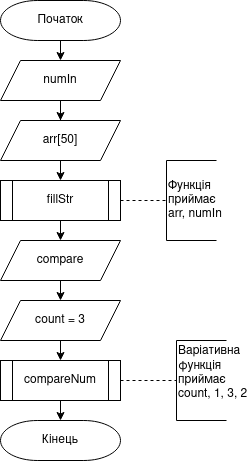
Earlier version of the draw.io export lab08_09_10/doc/assets/main_task3_lab06.png (belchinskaya/Programming-Belchinska). Source tidied: cells renumbered, new cells last; positions are measured from the earlier drawing's top-left corner, leaving out a move shared by most shapes. The source it was exported from:
```xml
<mxGraphModel>
  <root>
    <mxCell id="0" />
    <mxCell id="1" parent="0" />
    <mxCell id="2" style="edgeStyle=orthogonalEdgeStyle;rounded=0;jettySize=auto;html=1;exitX=0.5;exitY=1;exitDx=0;exitDy=0;exitPerimeter=0;entryX=0.5;entryY=0;entryDx=0;entryDy=0;endArrow=classic;endFill=1;" parent="1" edge="1" source="3" target="5">
      <mxGeometry relative="1" as="geometry" />
    </mxCell>
    <mxCell id="3" value="Початок" style="strokeWidth=1;html=1;shape=mxgraph.flowchart.terminator;whiteSpace=wrap;" parent="1" vertex="1">
      <mxGeometry width="120" height="40" as="geometry" />
    </mxCell>
    <mxCell id="4" style="edgeStyle=orthogonalEdgeStyle;rounded=0;jettySize=auto;html=1;exitX=0.5;exitY=1;exitDx=0;exitDy=0;endArrow=classic;endFill=1;" parent="1" edge="1" source="5" target="7">
      <mxGeometry relative="1" as="geometry" />
    </mxCell>
    <mxCell id="5" value="numIn" style="shape=parallelogram;perimeter=parallelogramPerimeter;whiteSpace=wrap;html=1;fixedSize=1;strokeWidth=1;" parent="1" vertex="1">
      <mxGeometry y="60" width="120" height="40" as="geometry" />
    </mxCell>
    <mxCell id="6" style="edgeStyle=orthogonalEdgeStyle;rounded=0;jettySize=auto;html=1;exitX=0.5;exitY=1;exitDx=0;exitDy=0;entryX=0.5;entryY=0;entryDx=0;entryDy=0;endArrow=classic;endFill=1;" parent="1" edge="1" source="7" target="10">
      <mxGeometry relative="1" as="geometry" />
    </mxCell>
    <mxCell id="7" value="arr[50]" style="shape=parallelogram;perimeter=parallelogramPerimeter;whiteSpace=wrap;html=1;fixedSize=1;strokeWidth=1;" parent="1" vertex="1">
      <mxGeometry y="120" width="120" height="40" as="geometry" />
    </mxCell>
    <mxCell id="8" style="edgeStyle=orthogonalEdgeStyle;rounded=0;jettySize=auto;html=1;exitX=1;exitY=0.5;exitDx=0;exitDy=0;dashed=1;endArrow=none;endFill=0;" parent="1" edge="1" source="10" target="11">
      <mxGeometry relative="1" as="geometry" />
    </mxCell>
    <mxCell id="9" style="edgeStyle=orthogonalEdgeStyle;rounded=0;jettySize=auto;html=1;exitX=0.5;exitY=1;exitDx=0;exitDy=0;entryX=0.5;entryY=0;entryDx=0;entryDy=0;endArrow=classic;endFill=1;" parent="1" edge="1" source="10" target="13">
      <mxGeometry relative="1" as="geometry" />
    </mxCell>
    <mxCell id="10" value="fillStr" style="shape=process;whiteSpace=wrap;html=1;backgroundOutline=1;strokeWidth=1;" parent="1" vertex="1">
      <mxGeometry y="180" width="120" height="40" as="geometry" />
    </mxCell>
    <mxCell id="11" value="&lt;div&gt;Функція&lt;/div&gt;&lt;div&gt;приймає&lt;/div&gt;&lt;div&gt; arr, numIn&lt;/div&gt;" style="strokeWidth=1;html=1;shape=mxgraph.flowchart.annotation_1;align=left;" parent="1" vertex="1">
      <mxGeometry x="166" y="160" width="50" height="80" as="geometry" />
    </mxCell>
    <mxCell id="12" style="edgeStyle=orthogonalEdgeStyle;rounded=0;jettySize=auto;html=1;exitX=0.5;exitY=1;exitDx=0;exitDy=0;entryX=0.5;entryY=0;entryDx=0;entryDy=0;endArrow=classic;endFill=1;" parent="1" edge="1" source="13" target="15">
      <mxGeometry relative="1" as="geometry" />
    </mxCell>
    <mxCell id="13" value="compare" style="shape=parallelogram;perimeter=parallelogramPerimeter;whiteSpace=wrap;html=1;fixedSize=1;strokeWidth=1;" parent="1" vertex="1">
      <mxGeometry y="240" width="120" height="40" as="geometry" />
    </mxCell>
    <mxCell id="14" style="edgeStyle=orthogonalEdgeStyle;rounded=0;jettySize=auto;html=1;exitX=0.5;exitY=1;exitDx=0;exitDy=0;entryX=0.5;entryY=0;entryDx=0;entryDy=0;endArrow=classic;endFill=1;" parent="1" edge="1" source="15" target="18">
      <mxGeometry relative="1" as="geometry" />
    </mxCell>
    <mxCell id="15" value="count = 3" style="shape=parallelogram;perimeter=parallelogramPerimeter;whiteSpace=wrap;html=1;fixedSize=1;strokeWidth=1;" parent="1" vertex="1">
      <mxGeometry y="300" width="120" height="40" as="geometry" />
    </mxCell>
    <mxCell id="16" style="edgeStyle=orthogonalEdgeStyle;rounded=0;jettySize=auto;html=1;exitX=1;exitY=0.5;exitDx=0;exitDy=0;entryX=0;entryY=0.5;entryDx=0;entryDy=0;entryPerimeter=0;dashed=1;endArrow=none;endFill=0;" parent="1" edge="1" source="18" target="19">
      <mxGeometry relative="1" as="geometry" />
    </mxCell>
    <mxCell id="17" style="edgeStyle=orthogonalEdgeStyle;rounded=0;jettySize=auto;html=1;exitX=0.5;exitY=1;exitDx=0;exitDy=0;entryX=0.5;entryY=0;entryDx=0;entryDy=0;entryPerimeter=0;endArrow=classic;endFill=1;" parent="1" edge="1" source="18" target="20">
      <mxGeometry relative="1" as="geometry" />
    </mxCell>
    <mxCell id="18" value="compareNum" style="shape=process;whiteSpace=wrap;html=1;backgroundOutline=1;strokeWidth=1;" parent="1" vertex="1">
      <mxGeometry y="360" width="120" height="40" as="geometry" />
    </mxCell>
    <mxCell id="19" value="&lt;div&gt;Варіативна &lt;br&gt;&lt;/div&gt;&lt;div&gt;функція &lt;br&gt;&lt;/div&gt;&lt;div&gt;приймає&lt;/div&gt;&lt;div&gt;count, 1, 3, 2&lt;br&gt;&lt;/div&gt;&lt;div&gt;&lt;br&gt;&lt;/div&gt;" style="strokeWidth=1;html=1;shape=mxgraph.flowchart.annotation_1;align=left;" parent="1" vertex="1">
      <mxGeometry x="176" y="340" width="50" height="80" as="geometry" />
    </mxCell>
    <mxCell id="20" value="&lt;div&gt;Кінець&lt;/div&gt;" style="strokeWidth=1;html=1;shape=mxgraph.flowchart.terminator;whiteSpace=wrap;" parent="1" vertex="1">
      <mxGeometry y="420" width="120" height="40" as="geometry" />
    </mxCell>
  </root>
</mxGraphModel>
```
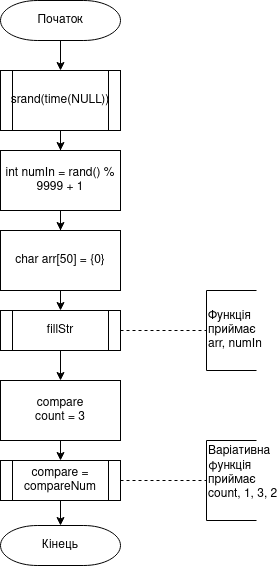
After the change.

The edit, as a diff of the source:
```diff
@@ -2,62 +2,62 @@
   <root>
     <mxCell id="0" />
     <mxCell id="1" parent="0" />
-    <mxCell id="2" style="edgeStyle=orthogonalEdgeStyle;rounded=0;jettySize=auto;html=1;exitX=0.5;exitY=1;exitDx=0;exitDy=0;exitPerimeter=0;entryX=0.5;entryY=0;entryDx=0;entryDy=0;endArrow=classic;endFill=1;" parent="1" edge="1" source="3" target="5">
-      <mxGeometry relative="1" as="geometry" />
-    </mxCell>
+    <mxCell id="21" style="edgeStyle=orthogonalEdgeStyle;rounded=0;jettySize=auto;html=1;entryX=0.5;entryY=0;entryDx=0;entryDy=0;" parent="1" edge="1" source="3" target="24">
+      <mxGeometry relative="1" as="geometry" />
+    </mxCell>
     <mxCell id="3" value="Початок" style="strokeWidth=1;html=1;shape=mxgraph.flowchart.terminator;whiteSpace=wrap;" parent="1" vertex="1">
-      <mxGeometry width="120" height="40" as="geometry" />
+      <mxGeometry y="-30" width="120" height="40" as="geometry" />
     </mxCell>
-    <mxCell id="4" style="edgeStyle=orthogonalEdgeStyle;rounded=0;jettySize=auto;html=1;exitX=0.5;exitY=1;exitDx=0;exitDy=0;endArrow=classic;endFill=1;" parent="1" edge="1" source="5" target="7">
-      <mxGeometry relative="1" as="geometry" />
-    </mxCell>
-    <mxCell id="5" value="numIn" style="shape=parallelogram;perimeter=parallelogramPerimeter;whiteSpace=wrap;html=1;fixedSize=1;strokeWidth=1;" parent="1" vertex="1">
-      <mxGeometry y="60" width="120" height="40" as="geometry" />
-    </mxCell>
-    <mxCell id="6" style="edgeStyle=orthogonalEdgeStyle;rounded=0;jettySize=auto;html=1;exitX=0.5;exitY=1;exitDx=0;exitDy=0;entryX=0.5;entryY=0;entryDx=0;entryDy=0;endArrow=classic;endFill=1;" parent="1" edge="1" source="7" target="10">
-      <mxGeometry relative="1" as="geometry" />
-    </mxCell>
-    <mxCell id="7" value="arr[50]" style="shape=parallelogram;perimeter=parallelogramPerimeter;whiteSpace=wrap;html=1;fixedSize=1;strokeWidth=1;" parent="1" vertex="1">
-      <mxGeometry y="120" width="120" height="40" as="geometry" />
-    </mxCell>
     <mxCell id="8" style="edgeStyle=orthogonalEdgeStyle;rounded=0;jettySize=auto;html=1;exitX=1;exitY=0.5;exitDx=0;exitDy=0;dashed=1;endArrow=none;endFill=0;" parent="1" edge="1" source="10" target="11">
       <mxGeometry relative="1" as="geometry" />
     </mxCell>
-    <mxCell id="9" style="edgeStyle=orthogonalEdgeStyle;rounded=0;jettySize=auto;html=1;exitX=0.5;exitY=1;exitDx=0;exitDy=0;entryX=0.5;entryY=0;entryDx=0;entryDy=0;endArrow=classic;endFill=1;" parent="1" edge="1" source="10" target="13">
-      <mxGeometry relative="1" as="geometry" />
-    </mxCell>
+    <mxCell id="22" style="edgeStyle=orthogonalEdgeStyle;rounded=0;jettySize=auto;html=1;exitX=0.5;exitY=1;exitDx=0;exitDy=0;entryX=0.5;entryY=0;entryDx=0;entryDy=0;" parent="1" edge="1" source="10" target="28">
+      <mxGeometry relative="1" as="geometry" />
+    </mxCell>
     <mxCell id="10" value="fillStr" style="shape=process;whiteSpace=wrap;html=1;backgroundOutline=1;strokeWidth=1;" parent="1" vertex="1">
-      <mxGeometry y="180" width="120" height="40" as="geometry" />
+      <mxGeometry y="280" width="120" height="40" as="geometry" />
     </mxCell>
     <mxCell id="11" value="&lt;div&gt;Функція&lt;/div&gt;&lt;div&gt;приймає&lt;/div&gt;&lt;div&gt; arr, numIn&lt;/div&gt;" style="strokeWidth=1;html=1;shape=mxgraph.flowchart.annotation_1;align=left;" parent="1" vertex="1">
-      <mxGeometry x="166" y="160" width="50" height="80" as="geometry" />
+      <mxGeometry x="206" y="260" width="50" height="80" as="geometry" />
     </mxCell>
-    <mxCell id="12" style="edgeStyle=orthogonalEdgeStyle;rounded=0;jettySize=auto;html=1;exitX=0.5;exitY=1;exitDx=0;exitDy=0;entryX=0.5;entryY=0;entryDx=0;entryDy=0;endArrow=classic;endFill=1;" parent="1" edge="1" source="13" target="15">
-      <mxGeometry relative="1" as="geometry" />
-    </mxCell>
-    <mxCell id="13" value="compare" style="shape=parallelogram;perimeter=parallelogramPerimeter;whiteSpace=wrap;html=1;fixedSize=1;strokeWidth=1;" parent="1" vertex="1">
-      <mxGeometry y="240" width="120" height="40" as="geometry" />
-    </mxCell>
-    <mxCell id="14" style="edgeStyle=orthogonalEdgeStyle;rounded=0;jettySize=auto;html=1;exitX=0.5;exitY=1;exitDx=0;exitDy=0;entryX=0.5;entryY=0;entryDx=0;entryDy=0;endArrow=classic;endFill=1;" parent="1" edge="1" source="15" target="18">
-      <mxGeometry relative="1" as="geometry" />
-    </mxCell>
-    <mxCell id="15" value="count = 3" style="shape=parallelogram;perimeter=parallelogramPerimeter;whiteSpace=wrap;html=1;fixedSize=1;strokeWidth=1;" parent="1" vertex="1">
-      <mxGeometry y="300" width="120" height="40" as="geometry" />
-    </mxCell>
     <mxCell id="16" style="edgeStyle=orthogonalEdgeStyle;rounded=0;jettySize=auto;html=1;exitX=1;exitY=0.5;exitDx=0;exitDy=0;entryX=0;entryY=0.5;entryDx=0;entryDy=0;entryPerimeter=0;dashed=1;endArrow=none;endFill=0;" parent="1" edge="1" source="18" target="19">
       <mxGeometry relative="1" as="geometry" />
     </mxCell>
-    <mxCell id="17" style="edgeStyle=orthogonalEdgeStyle;rounded=0;jettySize=auto;html=1;exitX=0.5;exitY=1;exitDx=0;exitDy=0;entryX=0.5;entryY=0;entryDx=0;entryDy=0;entryPerimeter=0;endArrow=classic;endFill=1;" parent="1" edge="1" source="18" target="20">
+    <mxCell id="17" style="edgeStyle=orthogonalEdgeStyle;rounded=0;jettySize=auto;html=1;exitX=0.5;exitY=1;exitDx=0;exitDy=0;entryX=0.5;entryY=0;entryDx=0;entryDy=0;entryPerimeter=0;" parent="1" edge="1" source="18" target="20">
       <mxGeometry relative="1" as="geometry" />
     </mxCell>
-    <mxCell id="18" value="compareNum" style="shape=process;whiteSpace=wrap;html=1;backgroundOutline=1;strokeWidth=1;" parent="1" vertex="1">
-      <mxGeometry y="360" width="120" height="40" as="geometry" />
+    <mxCell id="18" value="compare = compareNum" style="shape=process;whiteSpace=wrap;html=1;backgroundOutline=1;strokeWidth=1;" parent="1" vertex="1">
+      <mxGeometry y="430" width="120" height="40" as="geometry" />
     </mxCell>
     <mxCell id="19" value="&lt;div&gt;Варіативна &lt;br&gt;&lt;/div&gt;&lt;div&gt;функція &lt;br&gt;&lt;/div&gt;&lt;div&gt;приймає&lt;/div&gt;&lt;div&gt;count, 1, 3, 2&lt;br&gt;&lt;/div&gt;&lt;div&gt;&lt;br&gt;&lt;/div&gt;" style="strokeWidth=1;html=1;shape=mxgraph.flowchart.annotation_1;align=left;" parent="1" vertex="1">
-      <mxGeometry x="176" y="340" width="50" height="80" as="geometry" />
+      <mxGeometry x="206" y="410" width="50" height="80" as="geometry" />
     </mxCell>
     <mxCell id="20" value="&lt;div&gt;Кінець&lt;/div&gt;" style="strokeWidth=1;html=1;shape=mxgraph.flowchart.terminator;whiteSpace=wrap;" parent="1" vertex="1">
-      <mxGeometry y="420" width="120" height="40" as="geometry" />
+      <mxGeometry y="495" width="120" height="40" as="geometry" />
     </mxCell>
+    <mxCell id="23" style="edgeStyle=orthogonalEdgeStyle;rounded=0;jettySize=auto;html=1;entryX=0.5;entryY=0;entryDx=0;entryDy=0;" parent="1" edge="1" source="24" target="26">
+      <mxGeometry relative="1" as="geometry" />
+    </mxCell>
+    <mxCell id="24" value="srand(time(NULL))" style="shape=process;whiteSpace=wrap;html=1;backgroundOutline=1;" parent="1" vertex="1">
+      <mxGeometry y="40" width="120" height="60" as="geometry" />
+    </mxCell>
+    <mxCell id="25" style="edgeStyle=orthogonalEdgeStyle;rounded=0;jettySize=auto;html=1;entryX=0.5;entryY=0;entryDx=0;entryDy=0;" parent="1" edge="1" source="26" target="30">
+      <mxGeometry relative="1" as="geometry" />
+    </mxCell>
+    <mxCell id="26" value="&lt;span class=&quot;pl-k&quot;&gt;int&lt;/span&gt; numIn = &lt;span class=&quot;pl-c1&quot;&gt;rand&lt;/span&gt;() % &lt;span class=&quot;pl-c1&quot;&gt;9999&lt;/span&gt; + &lt;span class=&quot;pl-c1&quot;&gt;1&lt;/span&gt;" style="rounded=0;whiteSpace=wrap;html=1;" parent="1" vertex="1">
+      <mxGeometry y="120" width="120" height="60" as="geometry" />
+    </mxCell>
+    <mxCell id="27" style="edgeStyle=orthogonalEdgeStyle;rounded=0;jettySize=auto;html=1;exitX=0.5;exitY=1;exitDx=0;exitDy=0;entryX=0.5;entryY=0;entryDx=0;entryDy=0;" parent="1" edge="1" source="28" target="18">
+      <mxGeometry relative="1" as="geometry" />
+    </mxCell>
+    <mxCell id="28" value="&lt;div&gt;compare&lt;/div&gt;count = 3" style="rounded=0;whiteSpace=wrap;html=1;" parent="1" vertex="1">
+      <mxGeometry y="350" width="120" height="60" as="geometry" />
+    </mxCell>
+    <mxCell id="29" style="edgeStyle=orthogonalEdgeStyle;rounded=0;jettySize=auto;html=1;exitX=0.5;exitY=1;exitDx=0;exitDy=0;entryX=0.5;entryY=0;entryDx=0;entryDy=0;" parent="1" edge="1" source="30" target="10">
+      <mxGeometry relative="1" as="geometry" />
+    </mxCell>
+    <mxCell id="30" value="&lt;span class=&quot;pl-k&quot;&gt;char&lt;/span&gt; arr[&lt;span class=&quot;pl-c1&quot;&gt;50&lt;/span&gt;] = {&lt;span class=&quot;pl-c1&quot;&gt;0&lt;/span&gt;}" style="rounded=0;whiteSpace=wrap;html=1;" parent="1" vertex="1">
+      <mxGeometry y="200" width="120" height="60" as="geometry" />
+    </mxCell>
   </root>
 </mxGraphModel>
```
